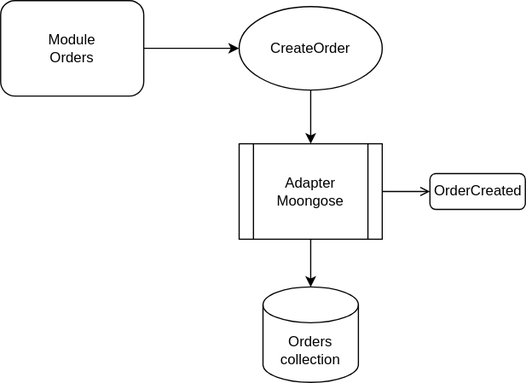
This is diagrams/architecture.drawio.svg from jovicon/nestjs-clean-architecture-event-driven-template, a draw.io export, as it was before one commit. Source tidied: cells renumbered, new cells last; positions are measured from the earlier drawing's top-left corner, leaving out a move shared by most shapes.
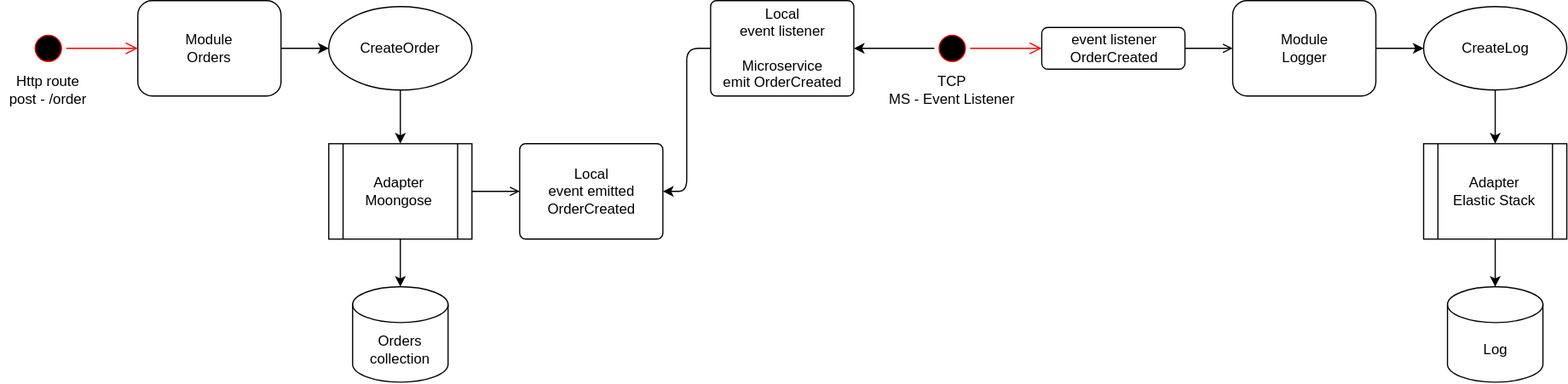
Later version of the same file.

What changed in the source:
```diff
@@ -6,7 +6,7 @@
       <mxGeometry relative="1" as="geometry" />
     </mxCell>
     <mxCell id="3" value="Module&lt;br&gt;Orders" style="rounded=1;whiteSpace=wrap;html=1;" parent="1" vertex="1">
-      <mxGeometry width="120" height="80" as="geometry" />
+      <mxGeometry x="40" width="120" height="80" as="geometry" />
     </mxCell>
     <mxCell id="4" value="Orders&lt;br&gt;collection" style="shape=cylinder3;whiteSpace=wrap;html=1;boundedLbl=1;backgroundOutline=1;size=15;" parent="1" vertex="1">
       <mxGeometry x="220" y="240" width="80" height="80" as="geometry" />
@@ -23,13 +23,76 @@
     <mxCell id="8" value="Adapter&lt;br&gt;Moongose" style="shape=process;whiteSpace=wrap;html=1;backgroundOutline=1;" parent="1" vertex="1">
       <mxGeometry x="200" y="120" width="120" height="80" as="geometry" />
     </mxCell>
-    <mxCell id="9" value="OrderCreated" style="html=1;rounded=1;absoluteArcSize=1;arcSize=10;" parent="1" vertex="1">
-      <mxGeometry x="360" y="145" width="80" height="30" as="geometry" />
+    <mxCell id="9" value="Local&lt;br&gt;event emitted&lt;br&gt;OrderCreated" style="html=1;rounded=1;absoluteArcSize=1;arcSize=10;" parent="1" vertex="1">
+      <mxGeometry x="360" y="120" width="120" height="80" as="geometry" />
     </mxCell>
     <mxCell id="10" style="endArrow=open;html=1;rounded=0;align=center;verticalAlign=top;endFill=0;labelBackgroundColor=none;endSize=6;" parent="1" edge="1" target="9">
       <mxGeometry relative="1" as="geometry">
         <mxPoint x="320" y="160" as="sourcePoint" />
       </mxGeometry>
     </mxCell>
+    <mxCell id="11" value="event listener&lt;br&gt;OrderCreated" style="html=1;rounded=1;absoluteArcSize=1;arcSize=10;" parent="1" vertex="1">
+      <mxGeometry x="797.5" y="22.5" width="120" height="35" as="geometry" />
+    </mxCell>
+    <mxCell id="12" style="endArrow=open;html=1;rounded=0;align=center;verticalAlign=top;endFill=0;labelBackgroundColor=none;endSize=6;exitX=1;exitY=0.5;exitDx=0;exitDy=0;entryX=0;entryY=0.5;entryDx=0;entryDy=0;" parent="1" edge="1" source="11">
+      <mxGeometry relative="1" as="geometry">
+        <mxPoint x="957.5" y="40" as="targetPoint" />
+      </mxGeometry>
+    </mxCell>
+    <mxCell id="13" style="edgeStyle=none;html=1;entryX=0;entryY=0.5;entryDx=0;entryDy=0;" parent="1" edge="1" source="14" target="19">
+      <mxGeometry relative="1" as="geometry" />
+    </mxCell>
+    <mxCell id="14" value="Module&lt;br&gt;Logger" style="rounded=1;whiteSpace=wrap;html=1;" parent="1" vertex="1">
+      <mxGeometry x="957.5" width="120" height="80" as="geometry" />
+    </mxCell>
+    <mxCell id="15" style="ellipse;html=1;shape=startState;fillColor=#000000;strokeColor=#ff0000;" parent="1" vertex="1">
+      <mxGeometry x="-50" y="25" width="30" height="30" as="geometry" />
+    </mxCell>
+    <mxCell id="16" style="edgeStyle=orthogonalEdgeStyle;html=1;verticalAlign=bottom;endArrow=open;endSize=8;strokeColor=#ff0000;entryX=0;entryY=0.5;entryDx=0;entryDy=0;" parent="1" edge="1" source="15" target="3">
+      <mxGeometry relative="1" as="geometry" />
+    </mxCell>
+    <mxCell id="17" value="Http route&lt;br&gt;post - /order" style="text;html=1;strokeColor=none;fillColor=none;align=center;verticalAlign=middle;whiteSpace=wrap;rounded=0;" parent="1" vertex="1">
+      <mxGeometry x="-75" y="60" width="80" height="30" as="geometry" />
+    </mxCell>
+    <mxCell id="18" style="edgeStyle=none;html=1;entryX=0.5;entryY=0;entryDx=0;entryDy=0;" parent="1" edge="1" source="19" target="21">
+      <mxGeometry relative="1" as="geometry" />
+    </mxCell>
+    <mxCell id="19" value="CreateLog" style="ellipse;whiteSpace=wrap;html=1;" parent="1" vertex="1">
+      <mxGeometry x="1117.5" y="5" width="120" height="70" as="geometry" />
+    </mxCell>
+    <mxCell id="20" style="edgeStyle=none;html=1;entryX=0.5;entryY=0;entryDx=0;entryDy=0;entryPerimeter=0;" parent="1" edge="1" source="21" target="22">
+      <mxGeometry relative="1" as="geometry" />
+    </mxCell>
+    <mxCell id="21" value="Adapter&lt;br&gt;Elastic Stack" style="shape=process;whiteSpace=wrap;html=1;backgroundOutline=1;" parent="1" vertex="1">
+      <mxGeometry x="1117.5" y="120" width="120" height="80" as="geometry" />
+    </mxCell>
+    <mxCell id="22" value="Log" style="shape=cylinder3;whiteSpace=wrap;html=1;boundedLbl=1;backgroundOutline=1;size=15;" parent="1" vertex="1">
+      <mxGeometry x="1137.5" y="240" width="80" height="80" as="geometry" />
+    </mxCell>
+    <mxCell id="23" style="edgeStyle=none;html=1;entryX=1;entryY=0.5;entryDx=0;entryDy=0;exitX=0;exitY=0.5;exitDx=0;exitDy=0;" parent="1" edge="1" source="24" target="9">
+      <mxGeometry relative="1" as="geometry">
+        <Array as="points">
+          <mxPoint x="500" y="40" />
+          <mxPoint x="500" y="160" />
+        </Array>
+      </mxGeometry>
+    </mxCell>
+    <mxCell id="24" value="Local&lt;br&gt;event listener&lt;br&gt;&lt;br&gt;Microservice&lt;br&gt;emit OrderCreated" style="html=1;rounded=1;absoluteArcSize=1;arcSize=10;" parent="1" vertex="1">
+      <mxGeometry x="520" width="120" height="80" as="geometry" />
+    </mxCell>
+    <mxCell id="25" style="edgeStyle=none;html=1;entryX=1;entryY=0.5;entryDx=0;entryDy=0;" parent="1" edge="1" source="26" target="24">
+      <mxGeometry relative="1" as="geometry" />
+    </mxCell>
+    <mxCell id="26" style="ellipse;html=1;shape=startState;fillColor=#000000;strokeColor=#ff0000;" parent="1" vertex="1">
+      <mxGeometry x="707.5" y="25" width="30" height="30" as="geometry" />
+    </mxCell>
+    <mxCell id="27" style="edgeStyle=orthogonalEdgeStyle;html=1;verticalAlign=bottom;endArrow=open;endSize=8;strokeColor=#ff0000;entryX=0;entryY=0.5;entryDx=0;entryDy=0;" parent="1" edge="1" source="26">
+      <mxGeometry relative="1" as="geometry">
+        <mxPoint x="797.5" y="40" as="targetPoint" />
+      </mxGeometry>
+    </mxCell>
+    <mxCell id="28" value="TCP&lt;br&gt;MS - Event Listener" style="text;html=1;strokeColor=none;fillColor=none;align=center;verticalAlign=middle;whiteSpace=wrap;rounded=0;" parent="1" vertex="1">
+      <mxGeometry x="660" y="60" width="125" height="30" as="geometry" />
+    </mxCell>
   </root>
 </mxGraphModel>
```
